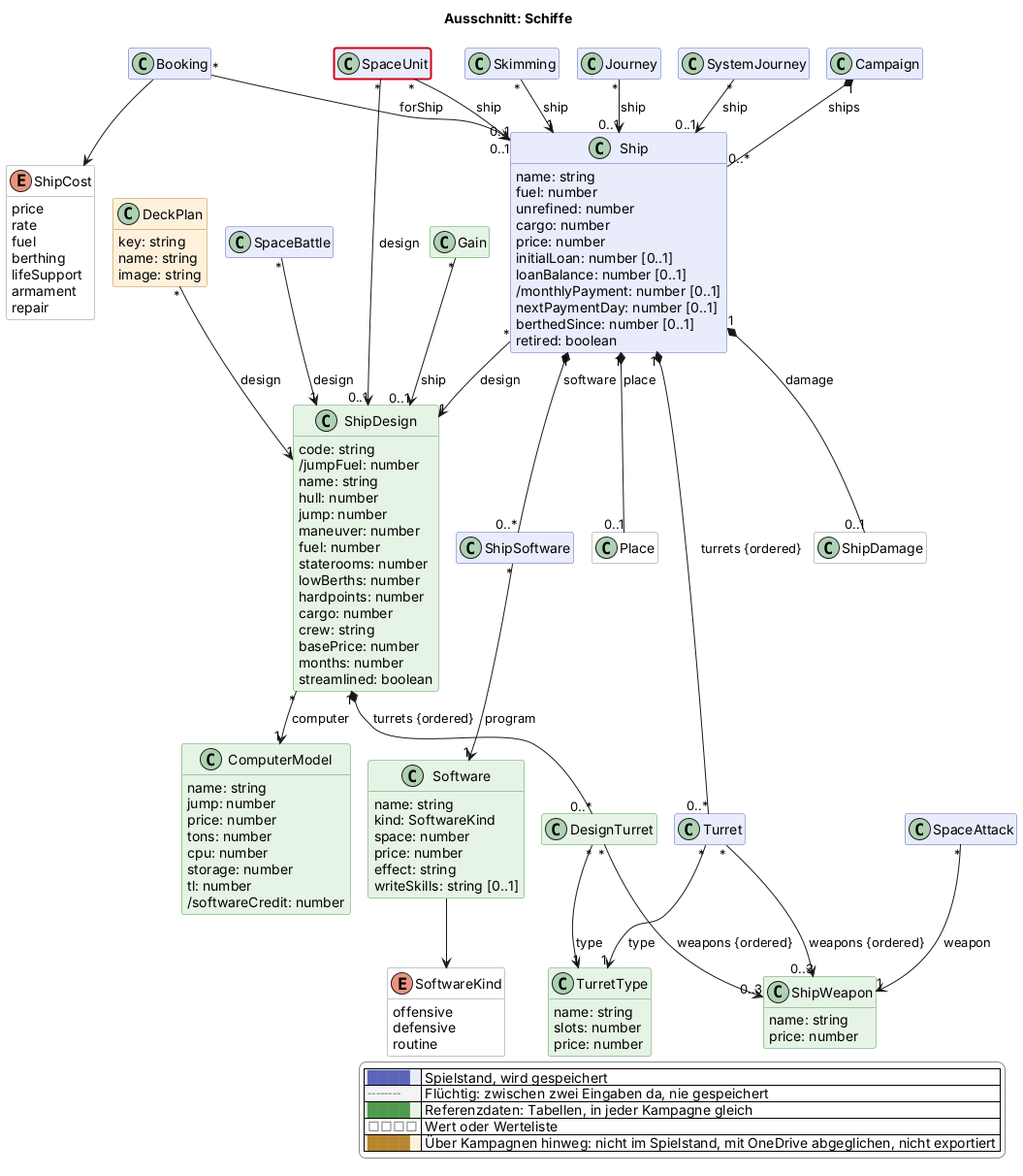
This is docs/views/schiffe.png from scuzzar/SRE, a PlantUML export, as it was before one commit.
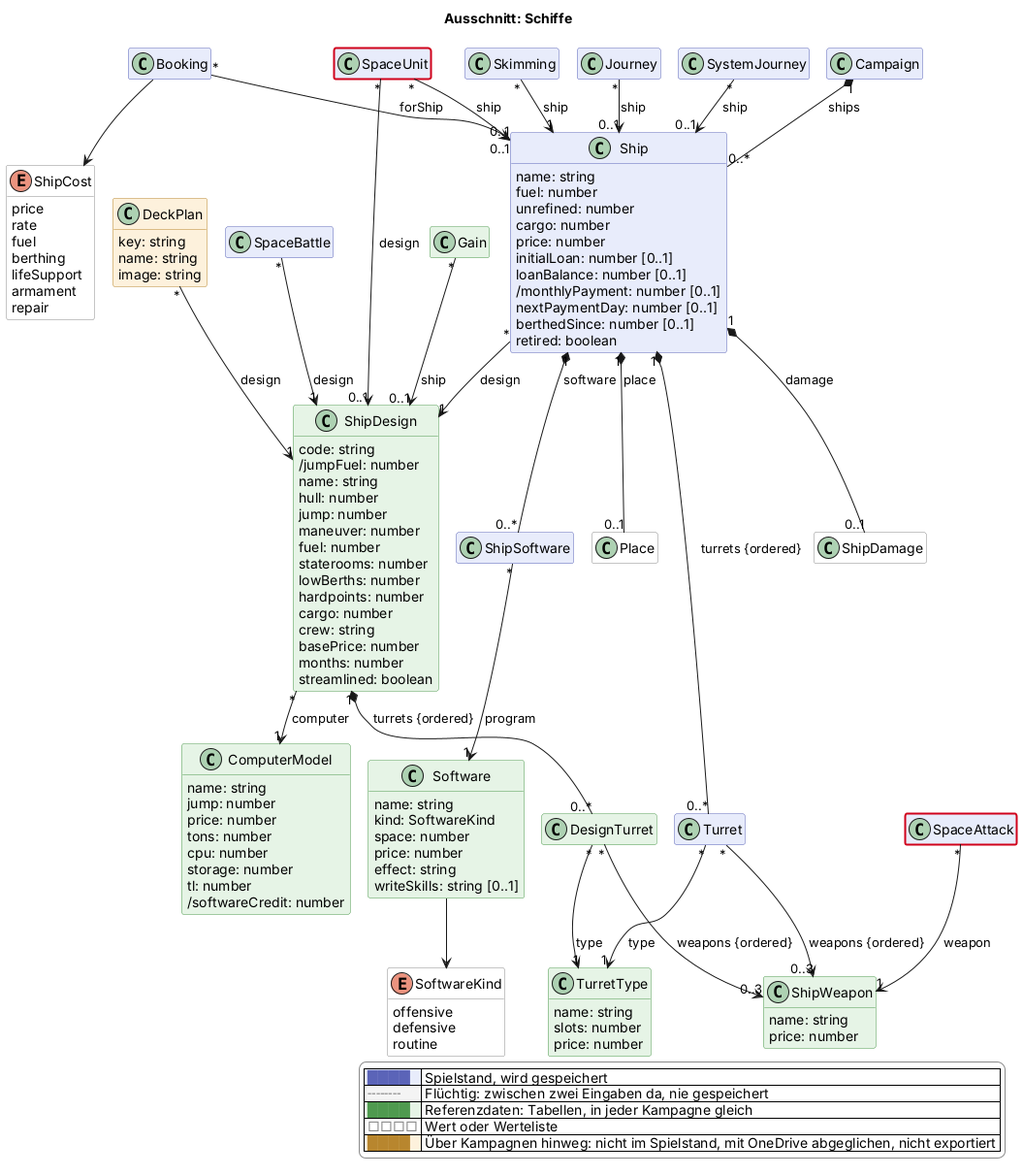
Above is the later version.

What changed in the source:
```diff
@@ -219,5 +219,6 @@
   |<#ffffff> <color:#8a8a8a>□□□□</color> | Wert oder Werteliste |
   |<#fdf1dc> <color:#b8862e>████</color> | Über Kampagnen hinweg: nicht im Spielstand, mit OneDrive abgeglichen, nicht exportiert |
 endlegend
+class SpaceAttack #line:d0021b;line.bold
 class SpaceUnit #line:d0021b;line.bold
 @enduml
```
